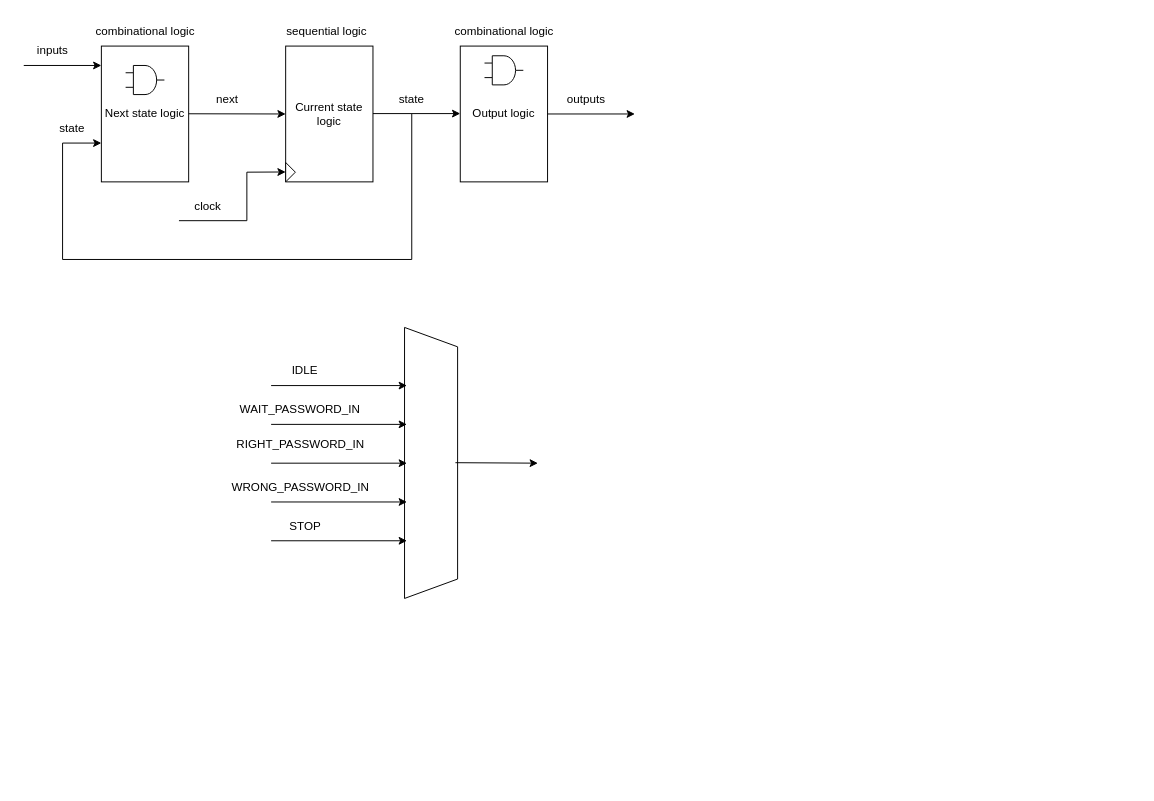
The draw.io diagram Car_Parking.drawio in 106210049/Car-Parking-System-design-with-SystemVerilog, before the edit. Source tidied: cells renumbered, new cells numbered last; positions are measured from the earlier drawing's top-left corner, leaving out a move shared by most shapes. Both pictures are drawn from the tidied source at 97%, with x=0, y=0 at pixel (23, 16).
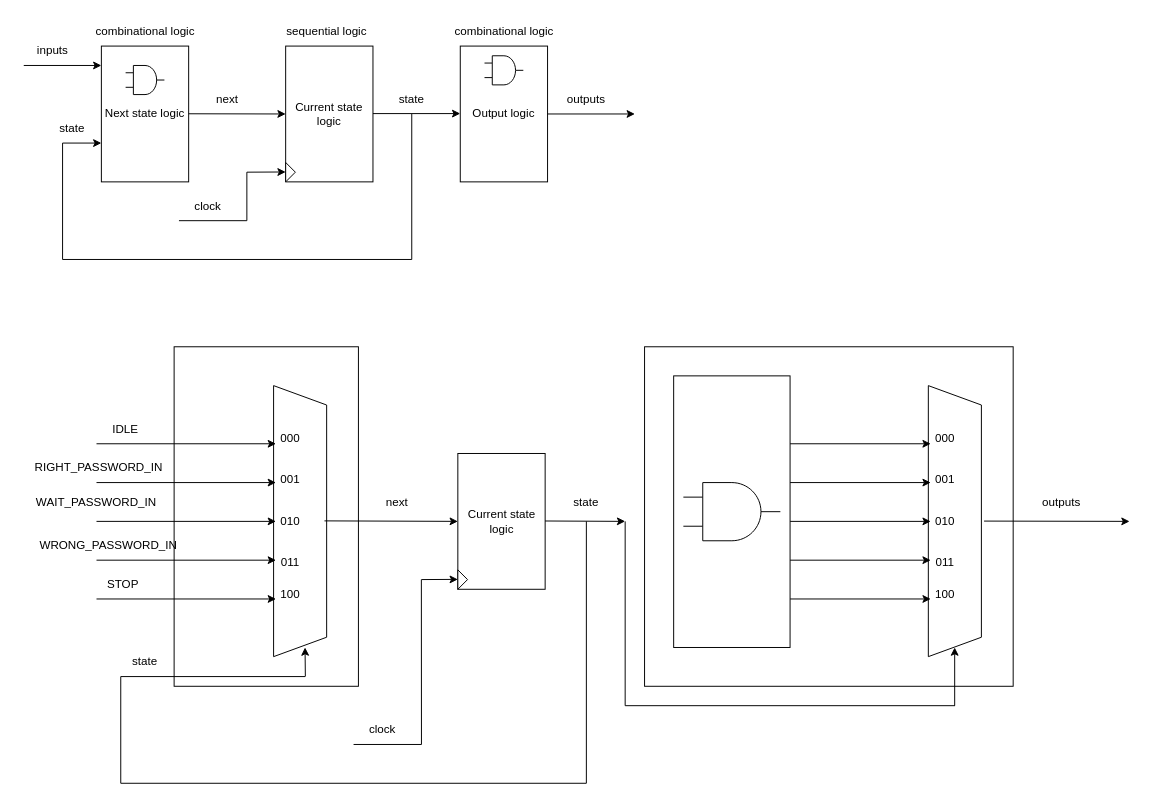
Above is the later version.

What changed in the source:
```diff
@@
+    <mxCell id="40" style="rounded=0;whiteSpace=wrap;html=1;" parent="1" vertex="1">
+      <mxGeometry x="155" y="340" width="190" height="350" as="geometry" />
+    </mxCell>
@@
     <mxCell id="28" style="shape=trapezoid;perimeter=trapezoidPerimeter;whiteSpace=wrap;html=1;fixedSize=1;rotation=90;" parent="1" vertex="1">
-      <mxGeometry x="280.2" y="432.4" width="279.4" height="54.7" as="geometry" />
+      <mxGeometry x="145.2" y="492.4" width="279.4" height="54.7" as="geometry" />
     </mxCell>
     <mxCell id="29" style="endArrow=classic;html=1;rounded=0;" parent="1" edge="1">
       <mxGeometry relative="1" as="geometry">
-        <mxPoint x="255" y="380" as="sourcePoint" />
-        <mxPoint x="395" y="380" as="targetPoint" />
+        <mxPoint x="75" y="440" as="sourcePoint" />
+        <mxPoint x="260" y="440" as="targetPoint" />
       </mxGeometry>
     </mxCell>
     <mxCell id="30" style="endArrow=classic;html=1;rounded=0;" parent="1" edge="1">
       <mxGeometry relative="1" as="geometry">
-        <mxPoint x="255" y="420" as="sourcePoint" />
-        <mxPoint x="395" y="420" as="targetPoint" />
+        <mxPoint x="75" y="480" as="sourcePoint" />
+        <mxPoint x="260" y="480" as="targetPoint" />
       </mxGeometry>
     </mxCell>
     <mxCell id="31" style="endArrow=classic;html=1;rounded=0;" parent="1" edge="1">
       <mxGeometry relative="1" as="geometry">
-        <mxPoint x="255" y="460" as="sourcePoint" />
-        <mxPoint x="395" y="460" as="targetPoint" />
+        <mxPoint x="75" y="520" as="sourcePoint" />
+        <mxPoint x="260" y="520" as="targetPoint" />
       </mxGeometry>
     </mxCell>
     <mxCell id="32" value="IDLE" style="text;strokeColor=none;align=center;fillColor=none;html=1;verticalAlign=middle;whiteSpace=wrap;rounded=0;" parent="1" vertex="1">
-      <mxGeometry x="260" y="350" width="60" height="30" as="geometry" />
+      <mxGeometry x="75" y="410" width="60" height="30" as="geometry" />
     </mxCell>
     <mxCell id="33" value="WAIT_PASSWORD_IN" style="text;strokeColor=none;align=center;fillColor=none;html=1;verticalAlign=middle;whiteSpace=wrap;rounded=0;" parent="1" vertex="1">
-      <mxGeometry x="210" y="390" width="150" height="30" as="geometry" />
+      <mxGeometry y="486.2" width="150" height="30" as="geometry" />
     </mxCell>
     <mxCell id="34" value="RIGHT_PASSWORD_IN" style="text;strokeColor=none;align=center;fillColor=none;html=1;verticalAlign=middle;whiteSpace=wrap;rounded=0;" parent="1" vertex="1">
-      <mxGeometry x="217.5" y="426.2" width="135" height="30" as="geometry" />
+      <mxGeometry x="10.2" y="450" width="135" height="30" as="geometry" />
     </mxCell>
     <mxCell id="35" style="endArrow=classic;html=1;rounded=0;" parent="1" edge="1">
       <mxGeometry relative="1" as="geometry">
-        <mxPoint x="255" y="500" as="sourcePoint" />
-        <mxPoint x="395" y="500" as="targetPoint" />
+        <mxPoint x="75" y="560" as="sourcePoint" />
+        <mxPoint x="260" y="560" as="targetPoint" />
       </mxGeometry>
     </mxCell>
     <mxCell id="36" style="endArrow=classic;html=1;rounded=0;" parent="1" edge="1">
       <mxGeometry relative="1" as="geometry">
-        <mxPoint x="255" y="540" as="sourcePoint" />
-        <mxPoint x="395" y="540" as="targetPoint" />
+        <mxPoint x="75" y="600" as="sourcePoint" />
+        <mxPoint x="260" y="600" as="targetPoint" />
       </mxGeometry>
     </mxCell>
-    <mxCell id="37" style="endArrow=classic;html=1;rounded=0;" parent="1" edge="1">
+    <mxCell id="37" style="endArrow=classic;html=1;rounded=0;entryX=0;entryY=0.5;entryDx=0;entryDy=0;" parent="1" edge="1" target="48">
       <mxGeometry relative="1" as="geometry">
-        <mxPoint x="445" y="459.5" as="sourcePoint" />
-        <mxPoint x="530" y="460" as="targetPoint" />
+        <mxPoint x="310" y="519.5" as="sourcePoint" />
       </mxGeometry>
     </mxCell>
     <mxCell id="38" value="WRONG_PASSWORD_IN" style="text;strokeColor=none;align=center;fillColor=none;html=1;verticalAlign=middle;whiteSpace=wrap;rounded=0;" parent="1" vertex="1">
-      <mxGeometry x="217.5" y="470" width="135" height="30" as="geometry" />
+      <mxGeometry x="20" y="530" width="135" height="30" as="geometry" />
     </mxCell>
     <mxCell id="39" value="STOP" style="text;strokeColor=none;align=center;fillColor=none;html=1;verticalAlign=middle;whiteSpace=wrap;rounded=0;" parent="1" vertex="1">
-      <mxGeometry x="222.5" y="510" width="135" height="30" as="geometry" />
+      <mxGeometry x="35" y="570" width="135" height="30" as="geometry" />
     </mxCell>
+    <mxCell id="41" value="000" style="text;strokeColor=none;align=center;fillColor=none;html=1;verticalAlign=middle;whiteSpace=wrap;rounded=0;" parent="1" vertex="1">
+      <mxGeometry x="245" y="420" width="60" height="30" as="geometry" />
+    </mxCell>
+    <mxCell id="42" value="001" style="text;strokeColor=none;align=center;fillColor=none;html=1;verticalAlign=middle;whiteSpace=wrap;rounded=0;" parent="1" vertex="1">
+      <mxGeometry x="245" y="462.4" width="60" height="30" as="geometry" />
+    </mxCell>
+    <mxCell id="43" value="010" style="text;strokeColor=none;align=center;fillColor=none;html=1;verticalAlign=middle;whiteSpace=wrap;rounded=0;" parent="1" vertex="1">
+      <mxGeometry x="245" y="504.7" width="60" height="30" as="geometry" />
+    </mxCell>
+    <mxCell id="44" value="011" style="text;strokeColor=none;align=center;fillColor=none;html=1;verticalAlign=middle;whiteSpace=wrap;rounded=0;" parent="1" vertex="1">
+      <mxGeometry x="245" y="547" width="60" height="30" as="geometry" />
+    </mxCell>
+    <mxCell id="45" value="100" style="text;strokeColor=none;align=center;fillColor=none;html=1;verticalAlign=middle;whiteSpace=wrap;rounded=0;" parent="1" vertex="1">
+      <mxGeometry x="245" y="580" width="60" height="30" as="geometry" />
+    </mxCell>
+    <mxCell id="46" value="state" style="text;strokeColor=none;align=center;fillColor=none;html=1;verticalAlign=middle;whiteSpace=wrap;rounded=0;" parent="1" vertex="1">
+      <mxGeometry x="95" y="650" width="60" height="30" as="geometry" />
+    </mxCell>
+    <mxCell id="47" value="next" style="text;strokeColor=none;align=center;fillColor=none;html=1;verticalAlign=middle;whiteSpace=wrap;rounded=0;" parent="1" vertex="1">
+      <mxGeometry x="355" y="486.2" width="60" height="30" as="geometry" />
+    </mxCell>
+    <mxCell id="48" value="Current state logic" style="rounded=0;whiteSpace=wrap;html=1;" parent="1" vertex="1">
+      <mxGeometry x="447.5" y="450" width="90" height="140" as="geometry" />
+    </mxCell>
+    <mxCell id="49" style="triangle;whiteSpace=wrap;html=1;" parent="1" vertex="1">
+      <mxGeometry x="447.5" y="570" width="10" height="20" as="geometry" />
+    </mxCell>
+    <mxCell id="50" style="endArrow=classic;html=1;rounded=0;" parent="1" edge="1">
+      <mxGeometry relative="1" as="geometry">
+        <mxPoint x="410" y="580" as="sourcePoint" />
+        <mxPoint x="447.5" y="579.8" as="targetPoint" />
+      </mxGeometry>
+    </mxCell>
+    <mxCell id="51" style="endArrow=none;html=1;rounded=0;" parent="1" edge="1">
+      <mxGeometry relative="1" as="geometry">
+        <mxPoint x="410" y="750" as="sourcePoint" />
+        <mxPoint x="409.9" y="580" as="targetPoint" />
+      </mxGeometry>
+    </mxCell>
+    <mxCell id="52" style="endArrow=none;html=1;rounded=0;" parent="1" edge="1">
+      <mxGeometry relative="1" as="geometry">
+        <mxPoint x="340" y="750" as="sourcePoint" />
+        <mxPoint x="410" y="750" as="targetPoint" />
+      </mxGeometry>
+    </mxCell>
+    <mxCell id="53" style="endArrow=none;html=1;rounded=0;" parent="1" edge="1">
+      <mxGeometry relative="1" as="geometry">
+        <mxPoint x="100" y="680" as="sourcePoint" />
+        <mxPoint x="290" y="680" as="targetPoint" />
+      </mxGeometry>
+    </mxCell>
+    <mxCell id="54" style="endArrow=classic;html=1;rounded=0;" parent="1" edge="1">
+      <mxGeometry relative="1" as="geometry">
+        <mxPoint x="290.3" y="680" as="sourcePoint" />
+        <mxPoint x="290" y="650" as="targetPoint" />
+      </mxGeometry>
+    </mxCell>
+    <mxCell id="55" style="endArrow=none;html=1;rounded=0;" parent="1" edge="1">
+      <mxGeometry relative="1" as="geometry">
+        <mxPoint x="100" y="790" as="sourcePoint" />
+        <mxPoint x="100" y="680" as="targetPoint" />
+      </mxGeometry>
+    </mxCell>
+    <mxCell id="56" style="endArrow=classic;html=1;rounded=0;" parent="1" edge="1">
+      <mxGeometry relative="1" as="geometry">
+        <mxPoint x="537.5" y="519.6" as="sourcePoint" />
+        <mxPoint x="620" y="520" as="targetPoint" />
+      </mxGeometry>
+    </mxCell>
+    <mxCell id="57" style="rounded=0;whiteSpace=wrap;html=1;" parent="1" vertex="1">
+      <mxGeometry x="640" y="340" width="380" height="350" as="geometry" />
+    </mxCell>
+    <mxCell id="58" style="shape=trapezoid;perimeter=trapezoidPerimeter;whiteSpace=wrap;html=1;fixedSize=1;rotation=90;" parent="1" vertex="1">
+      <mxGeometry x="820.2" y="492.4" width="279.4" height="54.7" as="geometry" />
+    </mxCell>
+    <mxCell id="59" style="endArrow=classic;html=1;rounded=0;" parent="1" edge="1">
+      <mxGeometry relative="1" as="geometry">
+        <mxPoint x="790" y="440" as="sourcePoint" />
+        <mxPoint x="935" y="440" as="targetPoint" />
+      </mxGeometry>
+    </mxCell>
+    <mxCell id="60" style="endArrow=classic;html=1;rounded=0;" parent="1" edge="1">
+      <mxGeometry relative="1" as="geometry">
+        <mxPoint x="790" y="480" as="sourcePoint" />
+        <mxPoint x="935" y="480" as="targetPoint" />
+      </mxGeometry>
+    </mxCell>
+    <mxCell id="61" style="endArrow=classic;html=1;rounded=0;" parent="1" edge="1">
+      <mxGeometry relative="1" as="geometry">
+        <mxPoint x="790" y="520" as="sourcePoint" />
+        <mxPoint x="935" y="520" as="targetPoint" />
+      </mxGeometry>
+    </mxCell>
+    <mxCell id="62" style="endArrow=classic;html=1;rounded=0;" parent="1" edge="1">
+      <mxGeometry relative="1" as="geometry">
+        <mxPoint x="790" y="560" as="sourcePoint" />
+        <mxPoint x="935" y="560" as="targetPoint" />
+      </mxGeometry>
+    </mxCell>
+    <mxCell id="63" style="endArrow=classic;html=1;rounded=0;" parent="1" edge="1">
+      <mxGeometry relative="1" as="geometry">
+        <mxPoint x="790" y="600" as="sourcePoint" />
+        <mxPoint x="935" y="600" as="targetPoint" />
+      </mxGeometry>
+    </mxCell>
+    <mxCell id="64" value="000" style="text;strokeColor=none;align=center;fillColor=none;html=1;verticalAlign=middle;whiteSpace=wrap;rounded=0;" parent="1" vertex="1">
+      <mxGeometry x="920" y="420" width="60" height="30" as="geometry" />
+    </mxCell>
+    <mxCell id="65" value="001" style="text;strokeColor=none;align=center;fillColor=none;html=1;verticalAlign=middle;whiteSpace=wrap;rounded=0;" parent="1" vertex="1">
+      <mxGeometry x="920" y="462.4" width="60" height="30" as="geometry" />
+    </mxCell>
+    <mxCell id="66" value="010" style="text;strokeColor=none;align=center;fillColor=none;html=1;verticalAlign=middle;whiteSpace=wrap;rounded=0;" parent="1" vertex="1">
+      <mxGeometry x="920" y="504.7" width="60" height="30" as="geometry" />
+    </mxCell>
+    <mxCell id="67" value="011" style="text;strokeColor=none;align=center;fillColor=none;html=1;verticalAlign=middle;whiteSpace=wrap;rounded=0;" parent="1" vertex="1">
+      <mxGeometry x="920" y="547" width="60" height="30" as="geometry" />
+    </mxCell>
+    <mxCell id="68" value="100" style="text;strokeColor=none;align=center;fillColor=none;html=1;verticalAlign=middle;whiteSpace=wrap;rounded=0;" parent="1" vertex="1">
+      <mxGeometry x="920" y="580" width="60" height="30" as="geometry" />
+    </mxCell>
+    <mxCell id="69" style="endArrow=none;html=1;rounded=0;" parent="1" edge="1">
+      <mxGeometry relative="1" as="geometry">
+        <mxPoint x="580" y="790" as="sourcePoint" />
+        <mxPoint x="580" y="520" as="targetPoint" />
+      </mxGeometry>
+    </mxCell>
+    <mxCell id="70" style="rounded=0;whiteSpace=wrap;html=1;" parent="1" vertex="1">
+      <mxGeometry x="670" y="370" width="120" height="280" as="geometry" />
+    </mxCell>
+    <mxCell id="71" style="verticalLabelPosition=bottom;shadow=0;dashed=0;align=center;html=1;verticalAlign=top;shape=mxgraph.electrical.logic_gates.logic_gate;operation=and;" parent="1" vertex="1">
+      <mxGeometry x="680" y="480" width="100" height="60" as="geometry" />
+    </mxCell>
+    <mxCell id="72" style="endArrow=none;html=1;rounded=0;" parent="1" edge="1">
+      <mxGeometry relative="1" as="geometry">
+        <mxPoint x="620" y="710" as="sourcePoint" />
+        <mxPoint x="620" y="520" as="targetPoint" />
+      </mxGeometry>
+    </mxCell>
+    <mxCell id="73" style="endArrow=none;html=1;rounded=0;" parent="1" edge="1">
+      <mxGeometry relative="1" as="geometry">
+        <mxPoint x="620" y="710" as="sourcePoint" />
+        <mxPoint x="960" y="710" as="targetPoint" />
+      </mxGeometry>
+    </mxCell>
+    <mxCell id="74" style="endArrow=classic;html=1;rounded=0;" parent="1" edge="1">
+      <mxGeometry relative="1" as="geometry">
+        <mxPoint x="959.7" y="710" as="sourcePoint" />
+        <mxPoint x="959.7" y="650" as="targetPoint" />
+      </mxGeometry>
+    </mxCell>
+    <mxCell id="75" style="endArrow=classic;html=1;rounded=0;" parent="1" edge="1">
+      <mxGeometry relative="1" as="geometry">
+        <mxPoint x="990" y="519.7" as="sourcePoint" />
+        <mxPoint x="1140" y="520" as="targetPoint" />
+      </mxGeometry>
+    </mxCell>
+    <mxCell id="76" style="endArrow=none;html=1;rounded=0;" parent="1" edge="1">
+      <mxGeometry relative="1" as="geometry">
+        <mxPoint x="100" y="790" as="sourcePoint" />
+        <mxPoint x="580" y="790" as="targetPoint" />
+      </mxGeometry>
+    </mxCell>
+    <mxCell id="77" value="state" style="text;strokeColor=none;align=center;fillColor=none;html=1;verticalAlign=middle;whiteSpace=wrap;rounded=0;" parent="1" vertex="1">
+      <mxGeometry x="550" y="486.2" width="60" height="30" as="geometry" />
+    </mxCell>
+    <mxCell id="78" value="clock" style="text;strokeColor=none;align=center;fillColor=none;html=1;verticalAlign=middle;whiteSpace=wrap;rounded=0;" parent="1" vertex="1">
+      <mxGeometry x="340" y="720" width="60" height="30" as="geometry" />
+    </mxCell>
+    <mxCell id="79" value="outputs" style="text;strokeColor=none;align=center;fillColor=none;html=1;verticalAlign=middle;whiteSpace=wrap;rounded=0;" parent="1" vertex="1">
+      <mxGeometry x="1039.5" y="486.2" width="60" height="30" as="geometry" />
+    </mxCell>
```
